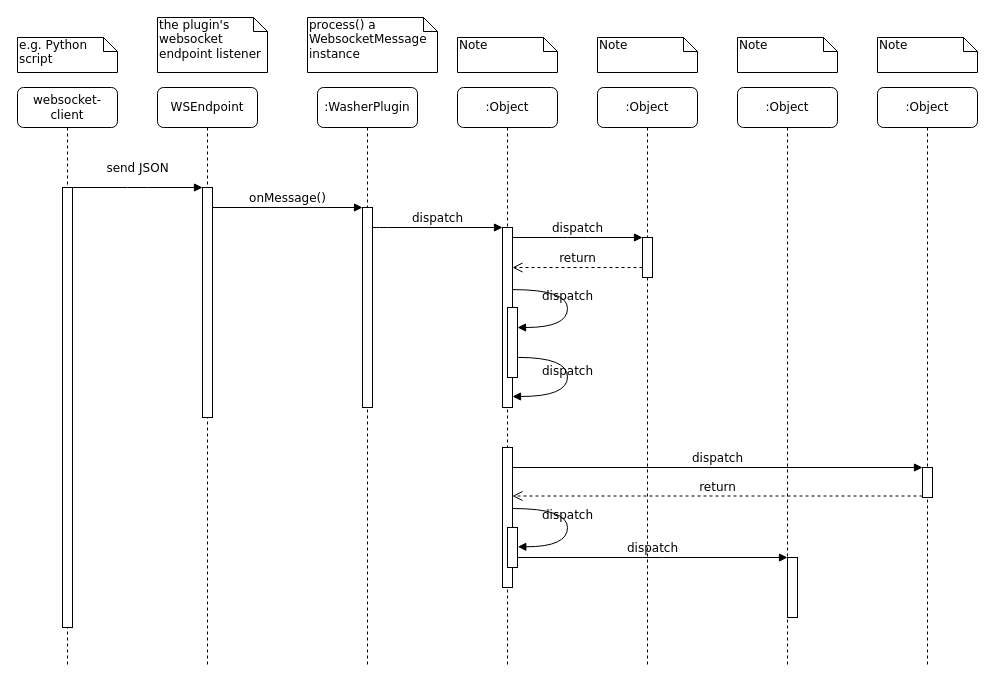
Earlier version of the draw.io diagram washer-client/washer/Untitled Diagram.drawio (bildzeitung/washer). Source tidied: cells renumbered, new cells numbered last; positions are measured from the earlier drawing's top-left corner, leaving out a move shared by most shapes. Both pictures are drawn from the tidied source at 100%, with x=0, y=0 at pixel (17, 17).
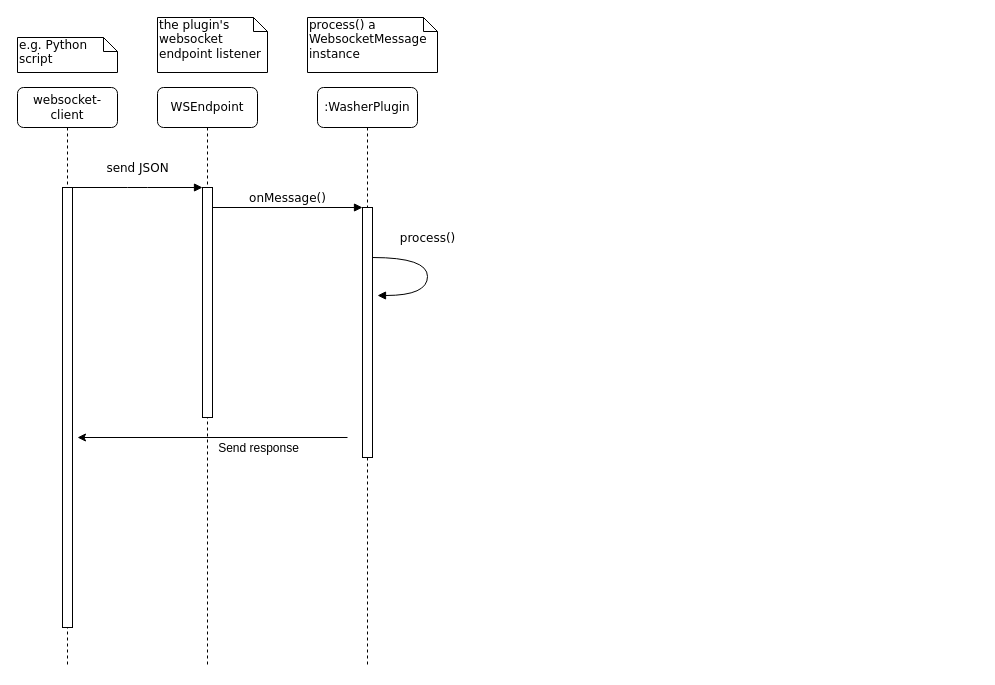
The same diagram, later.

The change refers to these unchanged cells:
```xml
<mxCell id="4" value=":WasherPlugin&lt;br&gt;" style="shape=umlLifeline;perimeter=lifelinePerimeter;whiteSpace=wrap;html=1;rounded=1;shadow=0;comic=0;labelBackgroundColor=none;strokeColor=#000000;strokeWidth=1;fillColor=#FFFFFF;fontFamily=Verdana;fontSize=12;fontColor=#000000;align=center;" parent="1" vertex="1">
  <mxGeometry x="300" y="70" width="100" height="580" as="geometry" />
</mxCell>
```

What changed in the source:
```diff
@@
     <mxCell id="5" style="html=1;points=[];perimeter=orthogonalPerimeter;rounded=0;shadow=0;comic=0;labelBackgroundColor=none;strokeColor=#000000;strokeWidth=1;fillColor=#FFFFFF;fontFamily=Verdana;fontSize=12;fontColor=#000000;align=center;" parent="4" vertex="1">
-      <mxGeometry x="45" y="120" width="10" height="200" as="geometry" />
+      <mxGeometry x="45" y="120" width="10" height="250" as="geometry" />
     </mxCell>
-    <mxCell id="6" value=":Object" style="shape=umlLifeline;perimeter=lifelinePerimeter;whiteSpace=wrap;html=1;rounded=1;shadow=0;comic=0;labelBackgroundColor=none;strokeColor=#000000;strokeWidth=1;fillColor=#FFFFFF;fontFamily=Verdana;fontSize=12;fontColor=#000000;align=center;" parent="1" vertex="1">
-      <mxGeometry x="440" y="70" width="100" height="580" as="geometry" />
-    </mxCell>
-    <mxCell id="7" value=":Object" style="shape=umlLifeline;perimeter=lifelinePerimeter;whiteSpace=wrap;html=1;rounded=1;shadow=0;comic=0;labelBackgroundColor=none;strokeColor=#000000;strokeWidth=1;fillColor=#FFFFFF;fontFamily=Verdana;fontSize=12;fontColor=#000000;align=center;" parent="1" vertex="1">
-      <mxGeometry x="580" y="70" width="100" height="580" as="geometry" />
-    </mxCell>
-    <mxCell id="8" value=":Object" style="shape=umlLifeline;perimeter=lifelinePerimeter;whiteSpace=wrap;html=1;rounded=1;shadow=0;comic=0;labelBackgroundColor=none;strokeColor=#000000;strokeWidth=1;fillColor=#FFFFFF;fontFamily=Verdana;fontSize=12;fontColor=#000000;align=center;" parent="1" vertex="1">
-      <mxGeometry x="720" y="70" width="100" height="580" as="geometry" />
-    </mxCell>
-    <mxCell id="9" value=":Object" style="shape=umlLifeline;perimeter=lifelinePerimeter;whiteSpace=wrap;html=1;rounded=1;shadow=0;comic=0;labelBackgroundColor=none;strokeColor=#000000;strokeWidth=1;fillColor=#FFFFFF;fontFamily=Verdana;fontSize=12;fontColor=#000000;align=center;" parent="1" vertex="1">
-      <mxGeometry x="860" y="70" width="100" height="580" as="geometry" />
-    </mxCell>
@@
-    <mxCell id="12" style="html=1;points=[];perimeter=orthogonalPerimeter;rounded=0;shadow=0;comic=0;labelBackgroundColor=none;strokeColor=#000000;strokeWidth=1;fillColor=#FFFFFF;fontFamily=Verdana;fontSize=12;fontColor=#000000;align=center;" parent="1" vertex="1">
-      <mxGeometry x="485" y="210" width="10" height="180" as="geometry" />
-    </mxCell>
-    <mxCell id="13" value="dispatch" style="html=1;verticalAlign=bottom;endArrow=block;labelBackgroundColor=none;fontFamily=Verdana;fontSize=12;edgeStyle=elbowEdgeStyle;elbow=vertical;" parent="1" edge="1" source="5" target="12">
-      <mxGeometry relative="1" as="geometry">
-        <Array as="points">
-          <mxPoint x="360" y="210" />
-        </Array>
-      </mxGeometry>
-    </mxCell>
-    <mxCell id="14" style="html=1;points=[];perimeter=orthogonalPerimeter;rounded=0;shadow=0;comic=0;labelBackgroundColor=none;strokeColor=#000000;strokeWidth=1;fillColor=#FFFFFF;fontFamily=Verdana;fontSize=12;fontColor=#000000;align=center;" parent="1" vertex="1">
-      <mxGeometry x="625" y="220" width="10" height="40" as="geometry" />
-    </mxCell>
-    <mxCell id="15" value="dispatch" style="html=1;verticalAlign=bottom;endArrow=block;entryX=0;entryY=0;labelBackgroundColor=none;fontFamily=Verdana;fontSize=12;edgeStyle=elbowEdgeStyle;elbow=vertical;" parent="1" edge="1" source="12" target="14">
-      <mxGeometry relative="1" as="geometry" />
-    </mxCell>
-    <mxCell id="16" value="return" style="html=1;verticalAlign=bottom;endArrow=open;dashed=1;endSize=8;labelBackgroundColor=none;fontFamily=Verdana;fontSize=12;edgeStyle=elbowEdgeStyle;elbow=vertical;" parent="1" edge="1" source="14" target="12">
-      <mxGeometry relative="1" as="geometry">
-        <Array as="points">
-          <mxPoint x="570" y="250" />
-          <mxPoint x="600" y="250" />
-        </Array>
-      </mxGeometry>
-    </mxCell>
-    <mxCell id="17" style="html=1;points=[];perimeter=orthogonalPerimeter;rounded=0;shadow=0;comic=0;labelBackgroundColor=none;strokeColor=#000000;strokeWidth=1;fillColor=#FFFFFF;fontFamily=Verdana;fontSize=12;fontColor=#000000;align=center;" parent="1" vertex="1">
-      <mxGeometry x="485" y="430" width="10" height="140" as="geometry" />
-    </mxCell>
-    <mxCell id="18" style="html=1;points=[];perimeter=orthogonalPerimeter;rounded=0;shadow=0;comic=0;labelBackgroundColor=none;strokeColor=#000000;strokeWidth=1;fillColor=#FFFFFF;fontFamily=Verdana;fontSize=12;fontColor=#000000;align=center;" parent="1" vertex="1">
-      <mxGeometry x="905" y="450" width="10" height="30" as="geometry" />
-    </mxCell>
-    <mxCell id="19" value="dispatch" style="html=1;verticalAlign=bottom;endArrow=block;entryX=0;entryY=0;labelBackgroundColor=none;fontFamily=Verdana;fontSize=12;" parent="1" edge="1" source="17" target="18">
-      <mxGeometry relative="1" as="geometry" />
-    </mxCell>
-    <mxCell id="20" value="return" style="html=1;verticalAlign=bottom;endArrow=open;dashed=1;endSize=8;exitX=0;exitY=0.95;labelBackgroundColor=none;fontFamily=Verdana;fontSize=12;" parent="1" edge="1" source="18" target="17">
-      <mxGeometry relative="1" as="geometry" />
-    </mxCell>
-    <mxCell id="21" style="html=1;points=[];perimeter=orthogonalPerimeter;rounded=0;shadow=0;comic=0;labelBackgroundColor=none;strokeColor=#000000;strokeWidth=1;fillColor=#FFFFFF;fontFamily=Verdana;fontSize=12;fontColor=#000000;align=center;" parent="1" vertex="1">
-      <mxGeometry x="770" y="540" width="10" height="60" as="geometry" />
-    </mxCell>
-    <mxCell id="22" value="dispatch" style="html=1;verticalAlign=bottom;endArrow=block;entryX=0;entryY=0;labelBackgroundColor=none;fontFamily=Verdana;fontSize=12;edgeStyle=elbowEdgeStyle;elbow=vertical;" parent="1" edge="1" source="28" target="21">
-      <mxGeometry relative="1" as="geometry" />
-    </mxCell>
@@
-    <mxCell id="25" style="html=1;points=[];perimeter=orthogonalPerimeter;rounded=0;shadow=0;comic=0;labelBackgroundColor=none;strokeColor=#000000;strokeWidth=1;fillColor=#FFFFFF;fontFamily=Verdana;fontSize=12;fontColor=#000000;align=center;" parent="1" vertex="1">
-      <mxGeometry x="490" y="290" width="10" height="70" as="geometry" />
-    </mxCell>
-    <mxCell id="26" value="dispatch" style="html=1;verticalAlign=bottom;endArrow=block;labelBackgroundColor=none;fontFamily=Verdana;fontSize=12;elbow=vertical;edgeStyle=orthogonalEdgeStyle;curved=1;entryX=1;entryY=0.286;entryPerimeter=0;exitX=1.038;exitY=0.345;exitPerimeter=0;" parent="1" edge="1" source="12" target="25">
-      <mxGeometry relative="1" as="geometry">
-        <Array as="points">
-          <mxPoint x="550" y="272" />
-          <mxPoint x="550" y="310" />
-        </Array>
-      </mxGeometry>
-    </mxCell>
-    <mxCell id="27" value="dispatch" style="html=1;verticalAlign=bottom;endArrow=block;labelBackgroundColor=none;fontFamily=Verdana;fontSize=12;elbow=vertical;edgeStyle=orthogonalEdgeStyle;curved=1;exitX=1.066;exitY=0.713;exitPerimeter=0;" parent="1" edge="1" source="25">
-      <mxGeometry relative="1" as="geometry">
-        <mxPoint x="495" y="379" as="targetPoint" />
-        <Array as="points">
-          <mxPoint x="550" y="340" />
-          <mxPoint x="550" y="379" />
-        </Array>
-      </mxGeometry>
-    </mxCell>
-    <mxCell id="28" style="html=1;points=[];perimeter=orthogonalPerimeter;rounded=0;shadow=0;comic=0;labelBackgroundColor=none;strokeColor=#000000;strokeWidth=1;fillColor=#FFFFFF;fontFamily=Verdana;fontSize=12;fontColor=#000000;align=center;" parent="1" vertex="1">
-      <mxGeometry x="490" y="510" width="10" height="40" as="geometry" />
-    </mxCell>
-    <mxCell id="29" value="dispatch" style="html=1;verticalAlign=bottom;endArrow=block;labelBackgroundColor=none;fontFamily=Verdana;fontSize=12;elbow=vertical;edgeStyle=orthogonalEdgeStyle;curved=1;entryX=1;entryY=0.286;entryPerimeter=0;exitX=1.038;exitY=0.345;exitPerimeter=0;" parent="1" edge="1">
-      <mxGeometry relative="1" as="geometry">
-        <mxPoint x="495.3" y="491" as="sourcePoint" />
-        <mxPoint x="500.3" y="529.3" as="targetPoint" />
-        <Array as="points">
-          <mxPoint x="550" y="491" />
-          <mxPoint x="550" y="529" />
-        </Array>
-      </mxGeometry>
-    </mxCell>
@@
-    <mxCell id="33" value="Note" style="shape=note;whiteSpace=wrap;html=1;size=14;verticalAlign=top;align=left;spacingTop=-6;rounded=0;shadow=0;comic=0;labelBackgroundColor=none;strokeColor=#000000;strokeWidth=1;fillColor=#FFFFFF;fontFamily=Verdana;fontSize=12;fontColor=#000000;" parent="1" vertex="1">
-      <mxGeometry x="440" y="20" width="100" height="35" as="geometry" />
-    </mxCell>
-    <mxCell id="34" value="Note" style="shape=note;whiteSpace=wrap;html=1;size=14;verticalAlign=top;align=left;spacingTop=-6;rounded=0;shadow=0;comic=0;labelBackgroundColor=none;strokeColor=#000000;strokeWidth=1;fillColor=#FFFFFF;fontFamily=Verdana;fontSize=12;fontColor=#000000;" parent="1" vertex="1">
-      <mxGeometry x="580" y="20" width="100" height="35" as="geometry" />
-    </mxCell>
-    <mxCell id="35" value="Note" style="shape=note;whiteSpace=wrap;html=1;size=14;verticalAlign=top;align=left;spacingTop=-6;rounded=0;shadow=0;comic=0;labelBackgroundColor=none;strokeColor=#000000;strokeWidth=1;fillColor=#FFFFFF;fontFamily=Verdana;fontSize=12;fontColor=#000000;" parent="1" vertex="1">
-      <mxGeometry x="720" y="20" width="100" height="35" as="geometry" />
-    </mxCell>
-    <mxCell id="36" value="Note" style="shape=note;whiteSpace=wrap;html=1;size=14;verticalAlign=top;align=left;spacingTop=-6;rounded=0;shadow=0;comic=0;labelBackgroundColor=none;strokeColor=#000000;strokeWidth=1;fillColor=#FFFFFF;fontFamily=Verdana;fontSize=12;fontColor=#000000;" parent="1" vertex="1">
-      <mxGeometry x="860" y="20" width="100" height="35" as="geometry" />
-    </mxCell>
+    <mxCell id="37" value="process()&lt;br&gt;" style="html=1;verticalAlign=bottom;endArrow=block;labelBackgroundColor=none;fontFamily=Verdana;fontSize=12;elbow=vertical;edgeStyle=orthogonalEdgeStyle;curved=1;entryX=1;entryY=0.286;entryPerimeter=0;exitX=1.038;exitY=0.345;exitPerimeter=0;" parent="1" edge="1">
+      <mxGeometry x="-0.23" y="10" relative="1" as="geometry">
+        <mxPoint x="355" y="240" as="sourcePoint" />
+        <mxPoint x="360" y="278" as="targetPoint" />
+        <Array as="points">
+          <mxPoint x="410" y="240" />
+          <mxPoint x="410" y="278" />
+        </Array>
+        <mxPoint x="-10" y="-10" as="offset" />
+      </mxGeometry>
+    </mxCell>
+    <mxCell id="38" style="endArrow=classic;html=1;" parent="1" edge="1">
+      <mxGeometry relative="1" as="geometry">
+        <mxPoint x="330" y="420" as="sourcePoint" />
+        <mxPoint x="60" y="420" as="targetPoint" />
+      </mxGeometry>
+    </mxCell>
+    <mxCell id="39" value="Send response&lt;br&gt;" style="text;html=1;align=center;verticalAlign=middle;labelBackgroundColor=#ffffff;" parent="38" vertex="1">
+      <mxGeometry x="-0.33" y="5" relative="1" as="geometry">
+        <mxPoint y="5" as="offset" />
+      </mxGeometry>
+    </mxCell>
```
